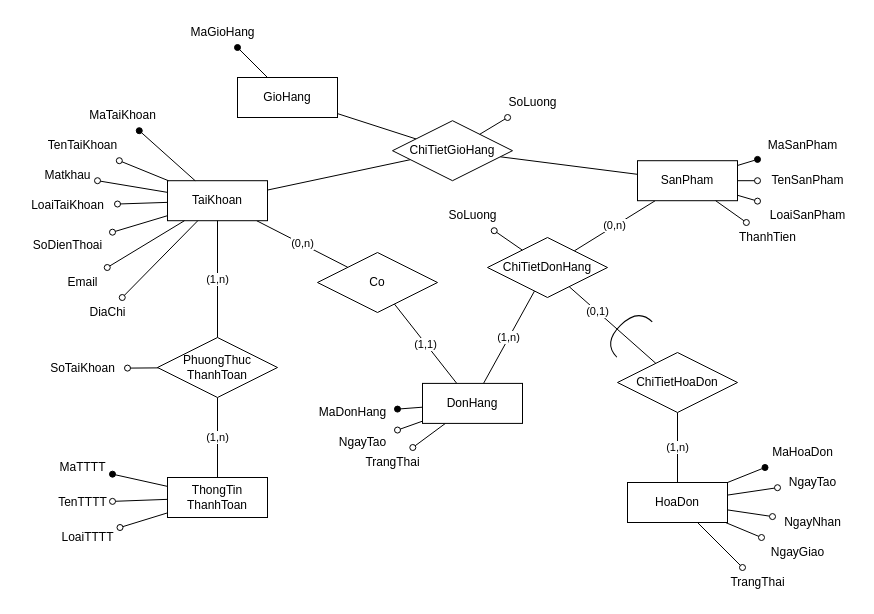
Before: Nam3_HK1/CNPM_SoftTech/SơĐồThựcThểKếtHợp.drawio in EdgarIgnite16/SGU-Course, a draw.io diagram. Source tidied: cells renumbered, new cells numbered last; positions are measured from the earlier drawing's top-left corner, leaving out a move shared by most shapes. Both pictures are drawn from the tidied source at 100%, with x=0, y=0 at pixel (17, 17).
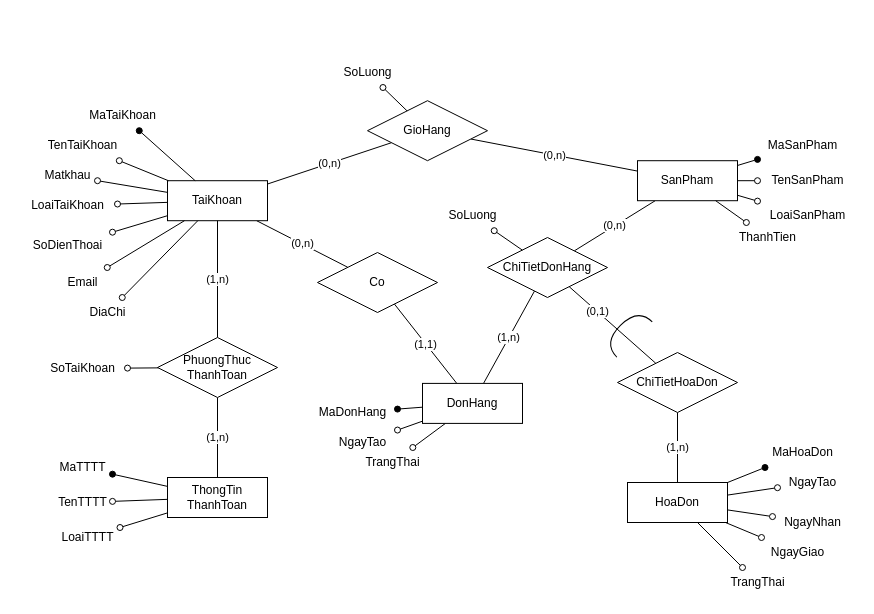
After the change.

Unchanged cells that the change refers to:
```xml
<mxCell id="4" value="SanPham" style="whiteSpace=wrap;html=1;align=center;" parent="1" vertex="1">
  <mxGeometry x="620" y="143.2" width="100" height="40" as="geometry" />
</mxCell>
<mxCell id="13" value="TaiKhoan" style="whiteSpace=wrap;html=1;align=center;" parent="1" vertex="1">
  <mxGeometry x="150" y="163.2" width="100" height="40" as="geometry" />
</mxCell>
```

Diff of the diagram source:
```diff
@@
-    <mxCell id="12" style="edgeStyle=none;rounded=0;jettySize=auto;html=1;startArrow=none;startFill=0;endArrow=none;endFill=0;" parent="1" edge="1" source="13" target="65">
+    <mxCell id="12" value="(0,n)" style="edgeStyle=none;rounded=0;jettySize=auto;html=1;startArrow=none;startFill=0;endArrow=none;endFill=0;" parent="1" edge="1" source="13" target="65">
       <mxGeometry relative="1" as="geometry" />
     </mxCell>
@@
-    <mxCell id="28" style="edgeStyle=none;rounded=0;jettySize=auto;html=1;startArrow=none;startFill=0;endArrow=none;endFill=0;" parent="1" edge="1" source="29" target="65">
-      <mxGeometry relative="1" as="geometry" />
-    </mxCell>
-    <mxCell id="29" value="GioHang" style="whiteSpace=wrap;html=1;align=center;" parent="1" vertex="1">
-      <mxGeometry x="220" y="60" width="100" height="40" as="geometry" />
-    </mxCell>
-    <mxCell id="30" style="rounded=0;jettySize=auto;html=1;startArrow=none;startFill=0;endArrow=oval;endFill=1;" parent="1" edge="1" source="29" target="31">
-      <mxGeometry relative="1" as="geometry" />
-    </mxCell>
-    <mxCell id="31" value="MaGioHang" style="text;html=1;align=center;verticalAlign=middle;points=[];strokeColor=none;fillColor=none;" parent="1" vertex="1">
-      <mxGeometry x="160" width="90" height="30" as="geometry" />
-    </mxCell>
@@
-    <mxCell id="64" style="edgeStyle=none;rounded=0;jettySize=auto;html=1;startArrow=none;startFill=0;endArrow=none;endFill=0;" parent="1" edge="1" source="65" target="4">
+    <mxCell id="64" value="(0,n)" style="edgeStyle=none;rounded=0;jettySize=auto;html=1;startArrow=none;startFill=0;endArrow=none;endFill=0;" parent="1" edge="1" source="65" target="4">
       <mxGeometry relative="1" as="geometry" />
     </mxCell>
-    <mxCell id="65" value="ChiTietGioHang" style="shape=rhombus;perimeter=rhombusPerimeter;whiteSpace=wrap;html=1;align=center;" parent="1" vertex="1">
-      <mxGeometry x="375" y="103.2" width="120" height="60" as="geometry" />
+    <mxCell id="65" value="GioHang" style="shape=rhombus;perimeter=rhombusPerimeter;whiteSpace=wrap;html=1;align=center;" parent="1" vertex="1">
+      <mxGeometry x="350" y="83.2" width="120" height="60" as="geometry" />
     </mxCell>
@@
     <mxCell id="67" value="SoLuong" style="text;html=1;align=center;verticalAlign=middle;points=[];strokeColor=none;fillColor=none;" parent="1" vertex="1">
-      <mxGeometry x="480" y="70" width="70" height="30" as="geometry" />
+      <mxGeometry x="315" y="40" width="70" height="30" as="geometry" />
     </mxCell>
```
